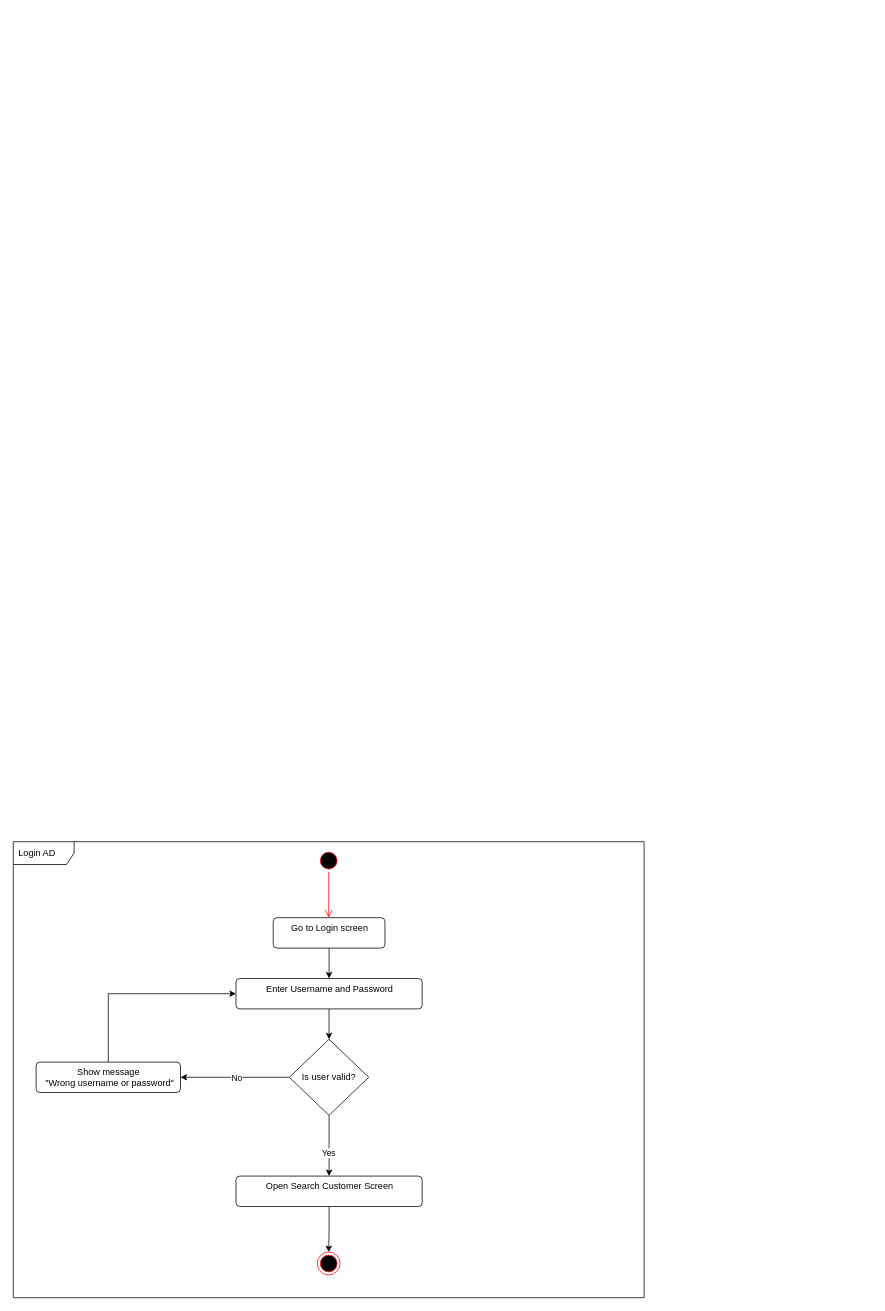
GGBebe/JIRA keeps this draw.io diagram as activityDiagramDemo1.drawio. Above is the earlier version. Source tidied: cells renumbered, new cells numbered last; positions are measured from the earlier drawing's top-left corner, leaving out a move shared by most shapes. Both pictures are drawn from the tidied source at 76%, with x=0, y=0 at pixel (13, 841).
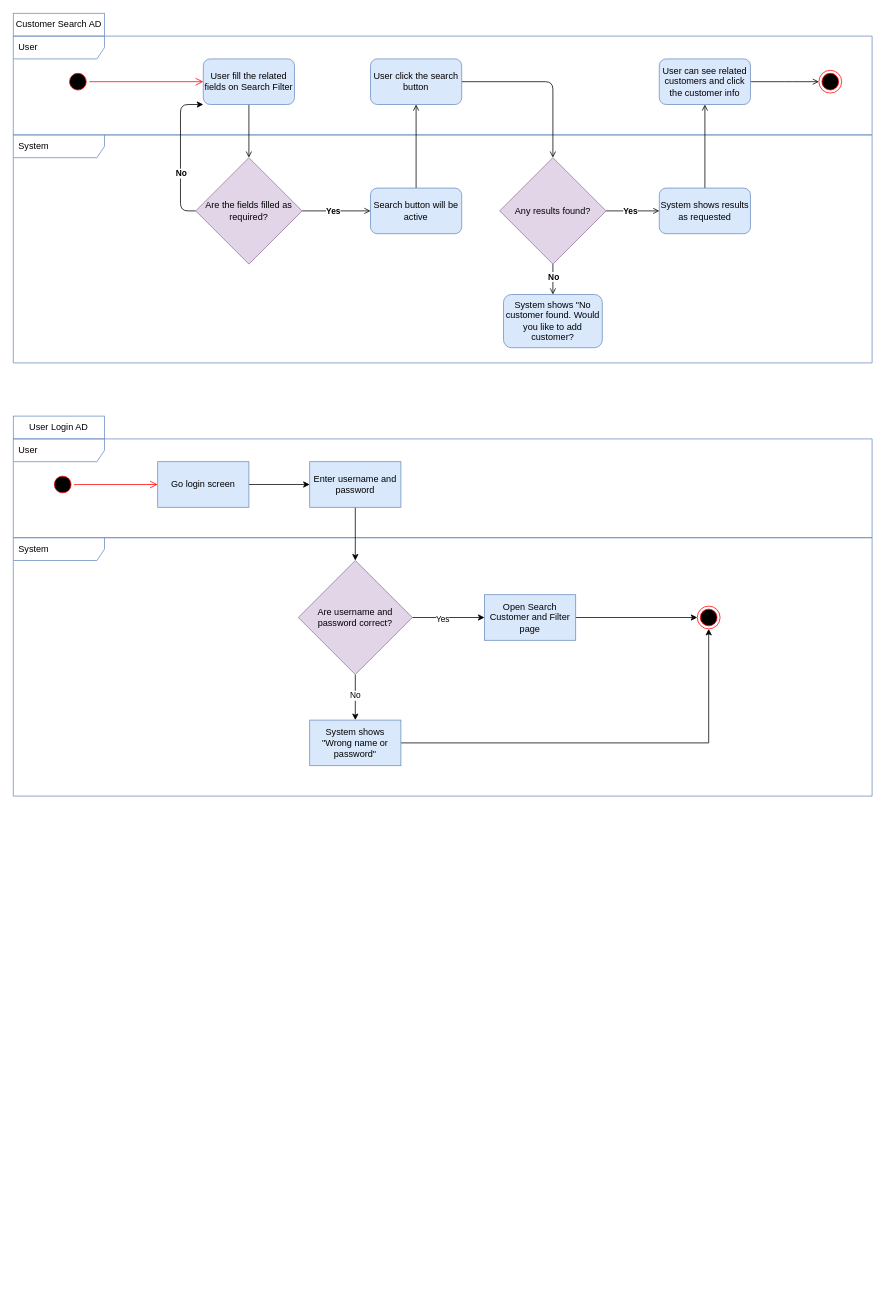
The same diagram, later.

Change to the diagram source:
```diff
@@
-    <mxCell id="2" value="Login AD" style="shape=umlFrame;whiteSpace=wrap;html=1;width=80;height=30;boundedLbl=1;verticalAlign=middle;align=left;spacingLeft=5;" parent="1" vertex="1">
-      <mxGeometry width="830" height="600" as="geometry" />
-    </mxCell>
-    <mxCell id="3" style="ellipse;html=1;shape=startState;fillColor=#000000;strokeColor=#ff0000;" parent="1" vertex="1">
-      <mxGeometry x="400" y="10" width="30" height="30" as="geometry" />
-    </mxCell>
-    <mxCell id="4" style="edgeStyle=orthogonalEdgeStyle;html=1;verticalAlign=bottom;endArrow=open;endSize=8;strokeColor=#ff0000;rounded=0;" parent="1" edge="1" source="3">
-      <mxGeometry relative="1" as="geometry">
-        <mxPoint x="415" y="100" as="targetPoint" />
-      </mxGeometry>
-    </mxCell>
-    <mxCell id="5" style="ellipse;html=1;shape=endState;fillColor=#000000;strokeColor=#ff0000;" parent="1" vertex="1">
-      <mxGeometry x="400" y="540" width="30" height="30" as="geometry" />
-    </mxCell>
-    <mxCell id="6" style="edgeStyle=orthogonalEdgeStyle;rounded=0;jettySize=auto;html=1;entryX=0.5;entryY=0;entryDx=0;entryDy=0;" parent="1" edge="1" source="7" target="14">
-      <mxGeometry relative="1" as="geometry" />
-    </mxCell>
-    <mxCell id="7" value="Enter Username and Password" style="html=1;align=center;verticalAlign=top;rounded=1;absoluteArcSize=1;arcSize=10;dashed=0;" parent="1" vertex="1">
-      <mxGeometry x="293" y="180" width="245" height="40" as="geometry" />
-    </mxCell>
-    <mxCell id="8" style="edgeStyle=orthogonalEdgeStyle;rounded=0;jettySize=auto;html=1;" parent="1" edge="1" source="9" target="7">
-      <mxGeometry relative="1" as="geometry" />
-    </mxCell>
-    <mxCell id="9" value="Go to Login screen" style="html=1;align=center;verticalAlign=top;rounded=1;absoluteArcSize=1;arcSize=10;dashed=0;" parent="1" vertex="1">
-      <mxGeometry x="342" y="100" width="147" height="40" as="geometry" />
-    </mxCell>
-    <mxCell id="10" style="edgeStyle=orthogonalEdgeStyle;rounded=0;jettySize=auto;html=1;entryX=0.5;entryY=0;entryDx=0;entryDy=0;" parent="1" edge="1" source="14" target="16">
-      <mxGeometry relative="1" as="geometry" />
-    </mxCell>
+    <mxCell id="19" value="System" style="shape=umlFrame;whiteSpace=wrap;html=1;width=120;height=30;boundedLbl=1;verticalAlign=middle;align=left;spacingLeft=5;fillColor=none;strokeColor=#6c8ebf;" parent="1" vertex="1">
+      <mxGeometry y="-930" width="1130" height="300" as="geometry" />
+    </mxCell>
+    <mxCell id="20" value="User" style="shape=umlFrame;whiteSpace=wrap;html=1;width=120;height=30;boundedLbl=1;verticalAlign=middle;align=left;spacingLeft=5;fillColor=none;strokeColor=#6c8ebf;" parent="1" vertex="1">
+      <mxGeometry y="-1060" width="1130" height="130" as="geometry" />
+    </mxCell>
+    <mxCell id="21" style="edgeStyle=orthogonalEdgeStyle;rounded=1;jettySize=auto;html=1;endArrow=open;endFill=0;" parent="1" edge="1" source="22" target="27">
+      <mxGeometry relative="1" as="geometry" />
+    </mxCell>
+    <mxCell id="22" value="User fill the related fields on Search Filter" style="rounded=1;whiteSpace=wrap;html=1;fillStyle=auto;fillColor=#dae8fc;strokeColor=#6c8ebf;" parent="1" vertex="1">
+      <mxGeometry x="250" y="-1030" width="120" height="60" as="geometry" />
+    </mxCell>
+    <mxCell id="23" style="edgeStyle=orthogonalEdgeStyle;rounded=0;jettySize=auto;html=1;endArrow=open;endFill=0;" parent="1" edge="1" source="27" target="29">
+      <mxGeometry relative="1" as="geometry" />
+    </mxCell>
+    <mxCell id="24" value="Yes" style="edgeLabel;html=1;align=center;verticalAlign=middle;fontStyle=1;" parent="23" vertex="1">
+      <mxGeometry x="-0.12" y="1" relative="1" as="geometry" />
+    </mxCell>
+    <mxCell id="25" style="edgeStyle=orthogonalEdgeStyle;rounded=1;jettySize=auto;html=1;entryX=0;entryY=1;entryDx=0;entryDy=0;" parent="1" edge="1" source="27" target="22">
+      <mxGeometry relative="1" as="geometry">
+        <Array as="points">
+          <mxPoint x="220" y="-830" />
+          <mxPoint x="220" y="-970" />
+        </Array>
+      </mxGeometry>
+    </mxCell>
+    <mxCell id="26" value="No" style="edgeLabel;html=1;align=center;verticalAlign=middle;fontStyle=1;" parent="25" vertex="1">
+      <mxGeometry x="-0.26" relative="1" as="geometry" />
+    </mxCell>
+    <mxCell id="27" value="Are the fields filled as required?" style="rhombus;whiteSpace=wrap;html=1;fillColor=#e1d5e7;rounded=0;fillStyle=auto;strokeColor=#9673a6;" parent="1" vertex="1">
+      <mxGeometry x="240" y="-900" width="140" height="140" as="geometry" />
+    </mxCell>
+    <mxCell id="28" style="edgeStyle=orthogonalEdgeStyle;rounded=1;jettySize=auto;html=1;endArrow=open;endFill=0;" parent="1" edge="1" source="29" target="31">
+      <mxGeometry relative="1" as="geometry" />
+    </mxCell>
+    <mxCell id="29" value="Search button will be active" style="whiteSpace=wrap;html=1;fillColor=#dae8fc;rounded=1;fillStyle=auto;strokeColor=#6c8ebf;" parent="1" vertex="1">
+      <mxGeometry x="470" y="-860" width="120" height="60" as="geometry" />
+    </mxCell>
+    <mxCell id="30" style="edgeStyle=orthogonalEdgeStyle;rounded=1;jettySize=auto;html=1;exitX=1;exitY=0.5;exitDx=0;exitDy=0;entryX=0.5;entryY=0;entryDx=0;entryDy=0;endArrow=open;endFill=0;" parent="1" edge="1" source="31" target="40">
+      <mxGeometry relative="1" as="geometry" />
+    </mxCell>
+    <mxCell id="31" value="User click the search button" style="whiteSpace=wrap;html=1;fillColor=#dae8fc;rounded=1;fillStyle=auto;strokeColor=#6c8ebf;" parent="1" vertex="1">
+      <mxGeometry x="470" y="-1030" width="120" height="60" as="geometry" />
+    </mxCell>
+    <mxCell id="32" style="edgeStyle=orthogonalEdgeStyle;rounded=1;jettySize=auto;html=1;endArrow=open;endFill=0;" parent="1" edge="1" source="33" target="35">
+      <mxGeometry relative="1" as="geometry" />
+    </mxCell>
+    <mxCell id="33" value="System shows results as requested" style="whiteSpace=wrap;html=1;fillColor=#dae8fc;rounded=1;fillStyle=auto;strokeColor=#6c8ebf;" parent="1" vertex="1">
+      <mxGeometry x="850" y="-860" width="120" height="60" as="geometry" />
+    </mxCell>
+    <mxCell id="34" style="edgeStyle=orthogonalEdgeStyle;rounded=1;jettySize=auto;html=1;exitX=1;exitY=0.5;exitDx=0;exitDy=0;entryX=0;entryY=0.5;entryDx=0;entryDy=0;endArrow=open;endFill=0;" parent="1" edge="1" source="35">
+      <mxGeometry relative="1" as="geometry">
+        <mxPoint x="1060" y="-1000" as="targetPoint" />
+      </mxGeometry>
+    </mxCell>
+    <mxCell id="35" value="User can see related customers and click the customer info" style="whiteSpace=wrap;html=1;fillColor=#dae8fc;rounded=1;fillStyle=auto;strokeColor=#6c8ebf;" parent="1" vertex="1">
+      <mxGeometry x="850" y="-1030" width="120" height="60" as="geometry" />
+    </mxCell>
+    <mxCell id="36" style="edgeStyle=orthogonalEdgeStyle;rounded=0;jettySize=auto;html=1;exitX=1;exitY=0.5;exitDx=0;exitDy=0;entryX=0;entryY=0.5;entryDx=0;entryDy=0;endArrow=open;endFill=0;" parent="1" edge="1" source="40" target="33">
+      <mxGeometry relative="1" as="geometry" />
+    </mxCell>
+    <mxCell id="37" value="Yes" style="edgeLabel;html=1;align=center;verticalAlign=middle;fontStyle=1;" parent="36" vertex="1">
+      <mxGeometry x="-0.12" relative="1" as="geometry" />
+    </mxCell>
+    <mxCell id="38" style="edgeStyle=orthogonalEdgeStyle;rounded=1;jettySize=auto;html=1;endArrow=open;endFill=0;" parent="1" edge="1" source="40" target="41">
+      <mxGeometry relative="1" as="geometry" />
+    </mxCell>
+    <mxCell id="39" value="No" style="edgeLabel;html=1;align=center;verticalAlign=middle;fontStyle=1;" parent="38" vertex="1">
+      <mxGeometry x="-0.21" relative="1" as="geometry" />
+    </mxCell>
+    <mxCell id="40" value="Any results found?" style="rhombus;whiteSpace=wrap;html=1;fillColor=#e1d5e7;rounded=0;fillStyle=auto;strokeColor=#9673a6;" parent="1" vertex="1">
+      <mxGeometry x="640" y="-900" width="140" height="140" as="geometry" />
+    </mxCell>
+    <mxCell id="41" value="System shows &quot;No customer found. Would you like to add customer?" style="whiteSpace=wrap;html=1;fillColor=#dae8fc;rounded=1;fillStyle=auto;strokeColor=#6c8ebf;glass=0;" parent="1" vertex="1">
+      <mxGeometry x="645" y="-720" width="130" height="70" as="geometry" />
+    </mxCell>
+    <mxCell id="42" style="ellipse;html=1;shape=startState;fillColor=#000000;strokeColor=#ff0000;" parent="1" vertex="1">
+      <mxGeometry x="70" y="-1015" width="30" height="30" as="geometry" />
+    </mxCell>
+    <mxCell id="43" style="edgeStyle=orthogonalEdgeStyle;html=1;verticalAlign=bottom;endArrow=open;endSize=8;strokeColor=#ff0000;rounded=0;entryX=0;entryY=0.5;entryDx=0;entryDy=0;" parent="1" edge="1" source="42" target="22">
+      <mxGeometry relative="1" as="geometry" />
+    </mxCell>
+    <mxCell id="44" style="ellipse;html=1;shape=endState;fillColor=#000000;strokeColor=#ff0000;" parent="1" vertex="1">
+      <mxGeometry x="1060" y="-1015" width="30" height="30" as="geometry" />
+    </mxCell>
+    <mxCell id="45" value="Customer Search AD" style="rounded=0;whiteSpace=wrap;html=1;fillColor=none;strokeColor=#6c8ebf;" parent="1" vertex="1">
+      <mxGeometry y="-1090" width="120" height="30" as="geometry" />
+    </mxCell>
+    <mxCell id="46" value="System" style="shape=umlFrame;whiteSpace=wrap;html=1;width=120;height=30;boundedLbl=1;verticalAlign=middle;align=left;spacingLeft=5;fillColor=none;strokeColor=#6c8ebf;" parent="1" vertex="1">
+      <mxGeometry y="-400" width="1130" height="340" as="geometry" />
+    </mxCell>
+    <mxCell id="47" value="User" style="shape=umlFrame;whiteSpace=wrap;html=1;width=120;height=30;boundedLbl=1;verticalAlign=middle;align=left;spacingLeft=5;fillColor=none;strokeColor=#6c8ebf;" parent="1" vertex="1">
+      <mxGeometry y="-530" width="1130" height="130" as="geometry" />
+    </mxCell>
+    <mxCell id="48" style="ellipse;html=1;shape=startState;fillColor=#000000;strokeColor=#ff0000;" parent="1" vertex="1">
+      <mxGeometry x="50" y="-485" width="30" height="30" as="geometry" />
+    </mxCell>
+    <mxCell id="49" style="edgeStyle=orthogonalEdgeStyle;html=1;verticalAlign=bottom;endArrow=open;endSize=8;strokeColor=#ff0000;rounded=0;entryX=0;entryY=0.5;entryDx=0;entryDy=0;" parent="1" edge="1" source="48" target="51">
+      <mxGeometry relative="1" as="geometry" />
+    </mxCell>
+    <mxCell id="50" style="edgeStyle=orthogonalEdgeStyle;rounded=0;jettySize=auto;html=1;" parent="1" edge="1" source="51" target="53">
+      <mxGeometry relative="1" as="geometry" />
+    </mxCell>
+    <mxCell id="51" value="Go login screen" style="whiteSpace=wrap;html=1;fillColor=#dae8fc;strokeColor=#6c8ebf;" parent="1" vertex="1">
+      <mxGeometry x="190" y="-500" width="120" height="60" as="geometry" />
+    </mxCell>
+    <mxCell id="52" style="edgeStyle=orthogonalEdgeStyle;rounded=0;jettySize=auto;html=1;" parent="1" edge="1" source="53" target="56">
+      <mxGeometry relative="1" as="geometry" />
+    </mxCell>
+    <mxCell id="53" value="Enter username and password" style="whiteSpace=wrap;html=1;fillColor=#dae8fc;strokeColor=#6c8ebf;" parent="1" vertex="1">
+      <mxGeometry x="390" y="-500" width="120" height="60" as="geometry" />
+    </mxCell>
+    <mxCell id="54" style="edgeStyle=orthogonalEdgeStyle;rounded=0;jettySize=auto;html=1;" parent="1" edge="1" source="56" target="58">
+      <mxGeometry relative="1" as="geometry" />
+    </mxCell>
-    <mxCell id="11" value="Yes" style="edgeLabel;html=1;align=center;verticalAlign=middle;" parent="10" vertex="1">
-      <mxGeometry x="0.26" y="-1" relative="1" as="geometry" />
+    <mxCell id="11" value="Yes" style="edgeLabel;html=1;align=center;verticalAlign=middle;" parent="54" vertex="1">
+      <mxGeometry x="-0.17" y="-1" relative="1" as="geometry" />
     </mxCell>
-    <mxCell id="12" style="edgeStyle=orthogonalEdgeStyle;rounded=0;jettySize=auto;html=1;entryX=1;entryY=0.5;entryDx=0;entryDy=0;" parent="1" edge="1" source="14" target="18">
-      <mxGeometry relative="1" as="geometry" />
-    </mxCell>
+    <mxCell id="55" style="edgeStyle=orthogonalEdgeStyle;rounded=0;jettySize=auto;html=1;" parent="1" edge="1" source="56" target="60">
+      <mxGeometry relative="1" as="geometry" />
+    </mxCell>
-    <mxCell id="13" value="No" style="edgeLabel;html=1;align=center;verticalAlign=middle;" parent="12" vertex="1">
-      <mxGeometry x="0.22" y="2" relative="1" as="geometry">
-        <mxPoint x="17" y="-2" as="offset" />
-      </mxGeometry>
+    <mxCell id="13" value="No" style="edgeLabel;html=1;align=center;verticalAlign=middle;" parent="55" vertex="1">
+      <mxGeometry x="-0.1" y="-1" relative="1" as="geometry" />
     </mxCell>
-    <mxCell id="14" value="Is user valid?" style="rhombus;whiteSpace=wrap;html=1;" parent="1" vertex="1">
-      <mxGeometry x="363.2" y="260" width="104.5" height="100" as="geometry" />
-    </mxCell>
-    <mxCell id="15" style="edgeStyle=orthogonalEdgeStyle;rounded=0;jettySize=auto;html=1;entryX=0.5;entryY=0;entryDx=0;entryDy=0;" parent="1" edge="1" source="16" target="5">
-      <mxGeometry relative="1" as="geometry" />
-    </mxCell>
-    <mxCell id="16" value="Open Search Customer Screen" style="html=1;align=center;verticalAlign=top;rounded=1;absoluteArcSize=1;arcSize=10;dashed=0;" parent="1" vertex="1">
-      <mxGeometry x="293" y="440" width="245" height="40" as="geometry" />
-    </mxCell>
-    <mxCell id="17" style="edgeStyle=orthogonalEdgeStyle;rounded=0;jettySize=auto;html=1;entryX=0;entryY=0.5;entryDx=0;entryDy=0;" parent="1" edge="1" source="18" target="7">
-      <mxGeometry relative="1" as="geometry">
-        <Array as="points">
-          <mxPoint x="125" y="200" />
-        </Array>
-      </mxGeometry>
-    </mxCell>
-    <mxCell id="18" value="Show message&lt;br&gt;&amp;nbsp;&quot;Wrong username or password&quot;" style="html=1;align=center;verticalAlign=top;rounded=1;absoluteArcSize=1;arcSize=10;dashed=0;" parent="1" vertex="1">
-      <mxGeometry x="30" y="290" width="190" height="40" as="geometry" />
-    </mxCell>
+    <mxCell id="56" value="Are username and password correct?" style="rhombus;whiteSpace=wrap;html=1;fillColor=#e1d5e7;strokeColor=#9673a6;" parent="1" vertex="1">
+      <mxGeometry x="375" y="-370" width="150" height="150" as="geometry" />
+    </mxCell>
+    <mxCell id="57" style="edgeStyle=orthogonalEdgeStyle;rounded=0;jettySize=auto;html=1;entryX=0;entryY=0.5;entryDx=0;entryDy=0;" parent="1" edge="1" source="58" target="61">
+      <mxGeometry relative="1" as="geometry" />
+    </mxCell>
+    <mxCell id="58" value="Open Search Customer and Filter page" style="whiteSpace=wrap;html=1;fillColor=#dae8fc;strokeColor=#6c8ebf;" parent="1" vertex="1">
+      <mxGeometry x="620" y="-325" width="120" height="60" as="geometry" />
+    </mxCell>
+    <mxCell id="59" style="edgeStyle=orthogonalEdgeStyle;rounded=0;jettySize=auto;html=1;entryX=0.5;entryY=1;entryDx=0;entryDy=0;" parent="1" edge="1" source="60" target="61">
+      <mxGeometry relative="1" as="geometry" />
+    </mxCell>
+    <mxCell id="60" value="System shows &quot;Wrong name or password&quot;" style="whiteSpace=wrap;html=1;fillColor=#dae8fc;strokeColor=#6c8ebf;" parent="1" vertex="1">
+      <mxGeometry x="390" y="-160" width="120" height="60" as="geometry" />
+    </mxCell>
+    <mxCell id="61" style="ellipse;html=1;shape=endState;fillColor=#000000;strokeColor=#ff0000;" parent="1" vertex="1">
+      <mxGeometry x="900" y="-310" width="30" height="30" as="geometry" />
+    </mxCell>
+    <mxCell id="62" value="User Login AD" style="rounded=0;whiteSpace=wrap;html=1;fillColor=none;strokeColor=#6c8ebf;" parent="1" vertex="1">
+      <mxGeometry y="-560" width="120" height="30" as="geometry" />
+    </mxCell>
```
